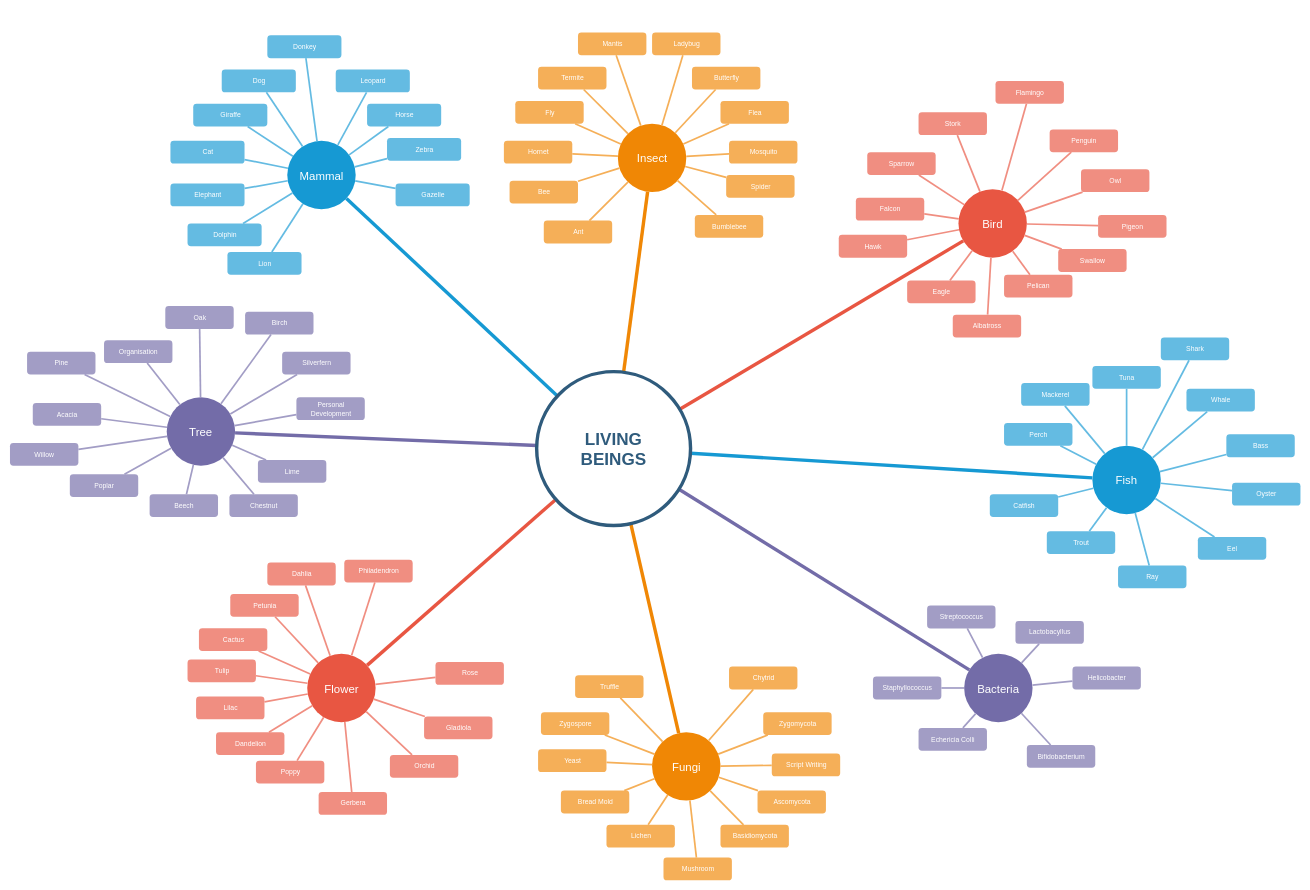
Above: Untitled Diagram.drawio in jimolonely/hexo-src (draw.io), before the change. Source tidied: cells renumbered, new cells numbered last; positions are measured from the earlier drawing's top-left corner, leaving out a move shared by most shapes. Both pictures are drawn from the tidied source at 57%, with x=0, y=0 at pixel (10, 32).
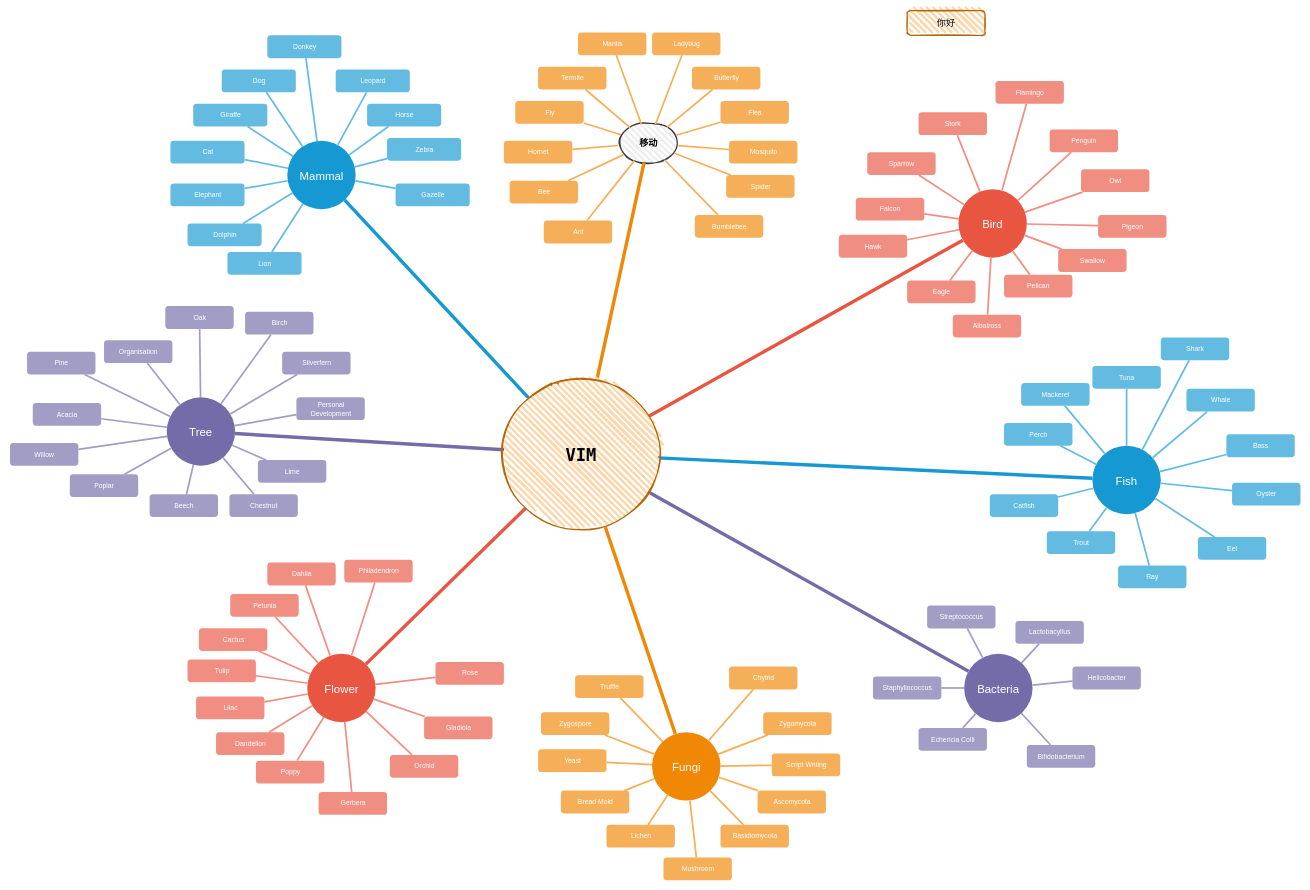
The same diagram, later.

The edit, as a diff of the source:
```diff
@@
-    <mxCell id="3" value="Insect" style="ellipse;whiteSpace=wrap;html=1;shadow=0;fontFamily=Helvetica;fontSize=20;fontColor=#FFFFFF;align=center;strokeWidth=3;fillColor=#F08705;strokeColor=none;gradientColor=none;" parent="1" vertex="1">
-      <mxGeometry x="1066.5" y="159.5" width="120" height="120" as="geometry" />
+    <mxCell id="3" value="移动" style="ellipse;whiteSpace=wrap;html=1;shadow=0;fontFamily=Lucida Console;fontSize=16;align=center;strokeWidth=2;fontStyle=1;rounded=1;fillWeight=4;hachureGap=8;hachureAngle=45;sketch=1;glass=0;fillColor=#eeeeee;strokeColor=#36393d;" parent="1" vertex="1">
+      <mxGeometry x="1066.5" y="159.5" width="106.5" height="68.5" as="geometry" />
     </mxCell>
@@
-    <mxCell id="167" value="&lt;font style=&quot;font-size: 30px;&quot;&gt;LIVING&lt;br&gt;BEINGS&lt;/font&gt;&lt;br&gt;" style="ellipse;whiteSpace=wrap;html=1;shadow=0;fontFamily=Helvetica;fontSize=30;fontColor=#2F5B7C;align=center;strokeColor=#2F5B7C;strokeWidth=6;fillColor=#FFFFFF;fontStyle=1;gradientColor=none;" parent="1" vertex="1">
-      <mxGeometry x="924" y="594.5" width="270" height="270" as="geometry" />
+    <mxCell id="167" value="&lt;span style=&quot;font-size: 30px&quot;&gt;VIM&lt;/span&gt;" style="ellipse;whiteSpace=wrap;html=1;shadow=0;fontFamily=Lucida Console;fontSize=16;fontColor=default;align=center;strokeColor=#b46504;strokeWidth=2;fillColor=#fad7ac;fontStyle=1;gradientColor=none;rounded=1;fillWeight=4;hachureGap=8;hachureAngle=45;sketch=1;glass=0;" parent="1" vertex="1">
+      <mxGeometry x="866.5" y="604.5" width="270" height="270" as="geometry" />
     </mxCell>
@@
+    <mxCell id="195" value="你好" style="rounded=1;whiteSpace=wrap;html=1;strokeWidth=2;fillWeight=4;hachureGap=8;hachureAngle=45;fillColor=#fad7ac;sketch=1;strokeColor=#b46504;fontFamily=Lucida Console;fontSize=16;shadow=0;glass=0;" parent="1" vertex="1">
+      <mxGeometry x="1574" y="-39" width="136.5" height="43.5" as="geometry" />
+    </mxCell>
```
